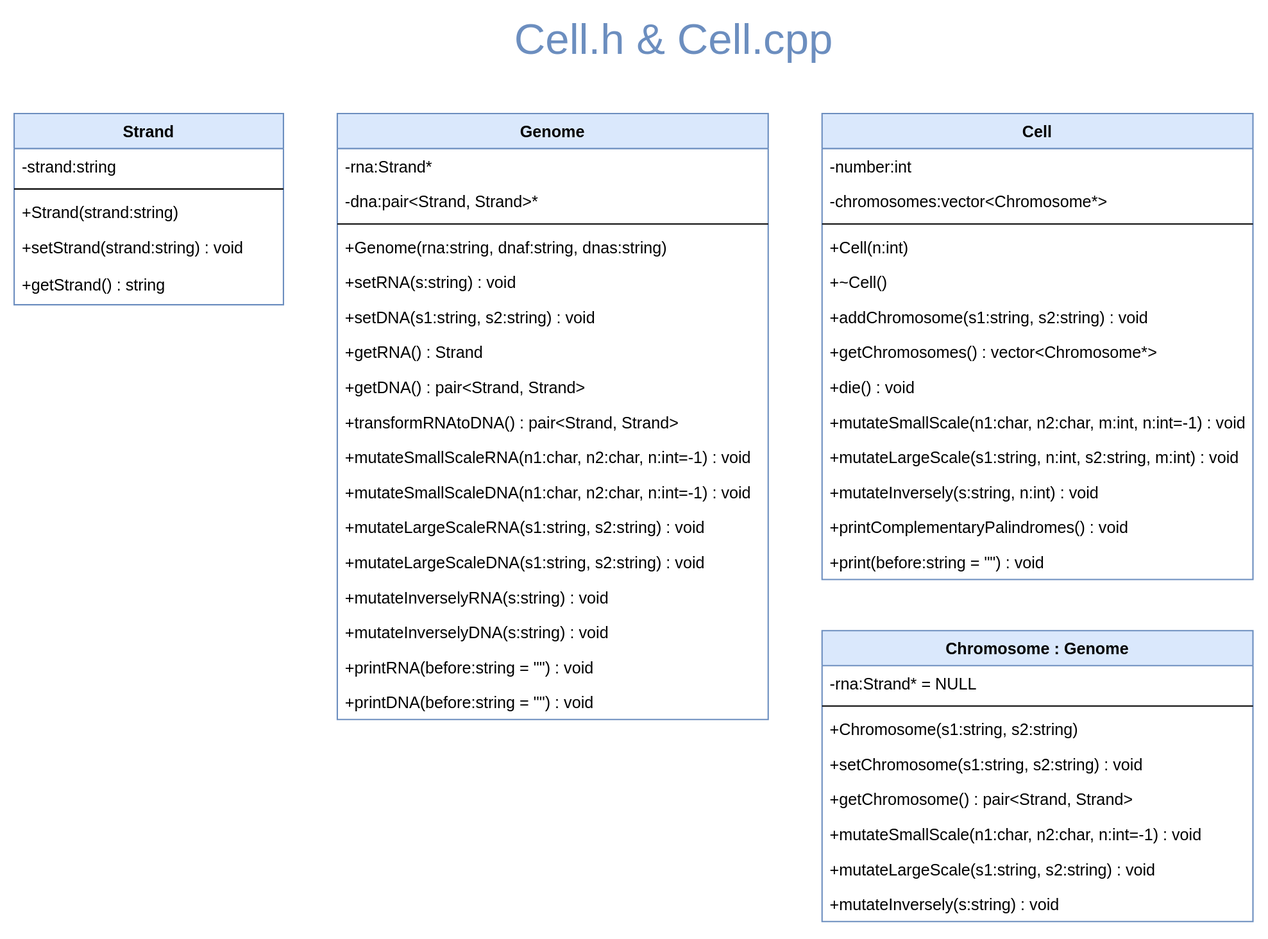
Earlier version of the draw.io export schema/classes/Cell.drawio.svg (k-forghani/class-of-life). Source tidied: cells renumbered, new cells last; positions are measured from the earlier drawing's top-left corner, leaving out a move shared by most shapes.
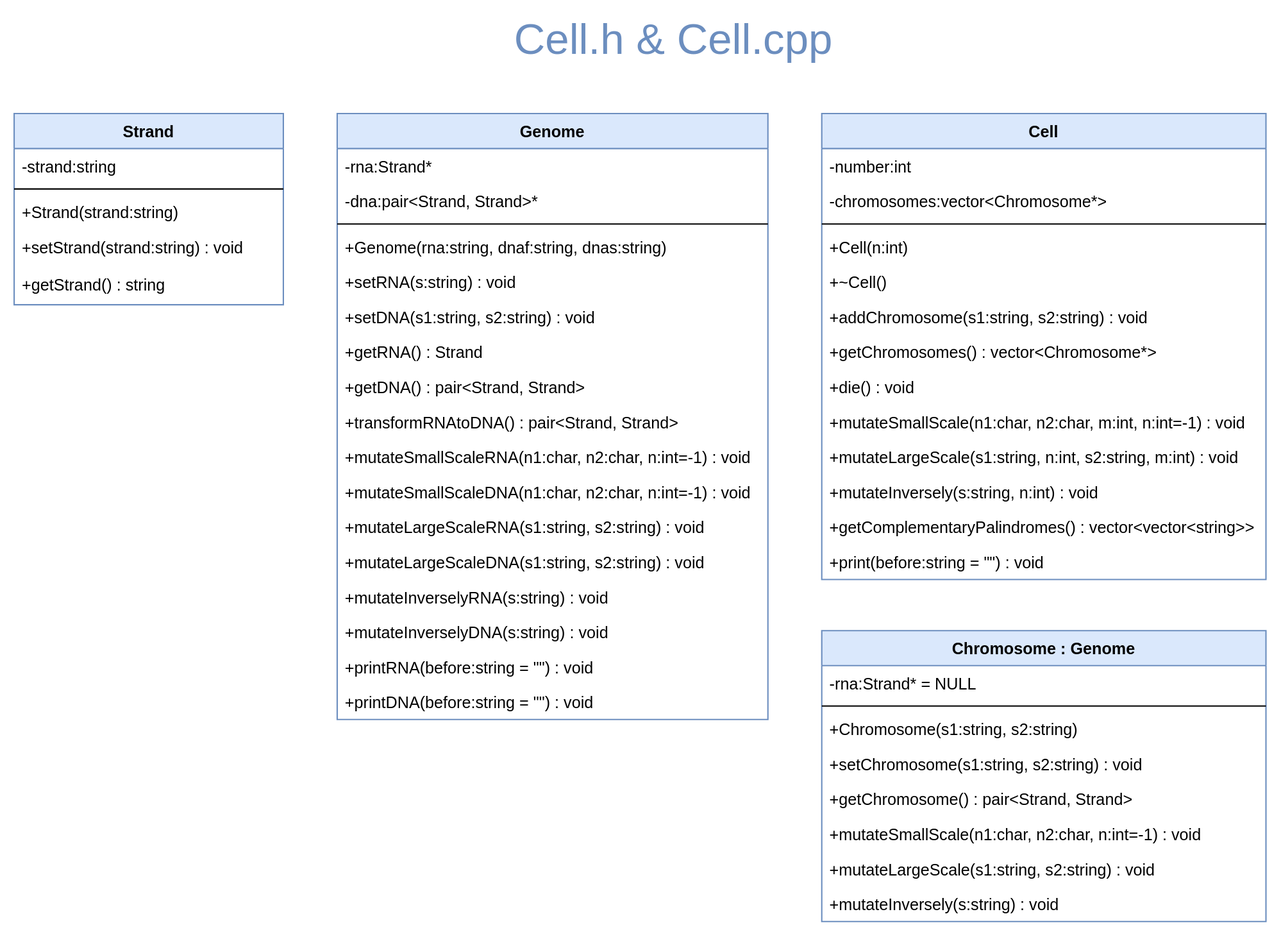
The same file after the commit.

Commit message:
Reformed printComplementaryPalindromes()

What changed in the source:
```diff
@@ -57,31 +57,31 @@
       <mxGeometry y="424" width="320" height="26" as="geometry" />
     </mxCell>
     <mxCell id="20" value="Chromosome : Genome" style="swimlane;fontStyle=1;align=center;verticalAlign=top;horizontal=1;startSize=26;rounded=0;shadow=0;strokeWidth=1;fillColor=#dae8fc;strokeColor=#6c8ebf;swimlaneFillColor=default;" parent="1" vertex="1">
-      <mxGeometry x="600" y="454" width="320" height="216" as="geometry" />
+      <mxGeometry x="600" y="454" width="330" height="216" as="geometry" />
     </mxCell>
     <mxCell id="21" value="-rna:Strand* = NULL" style="text;align=left;verticalAlign=top;spacingLeft=4;spacingRight=4;overflow=hidden;" parent="20" vertex="1">
-      <mxGeometry y="26" width="320" height="26" as="geometry" />
+      <mxGeometry y="26" width="330" height="26" as="geometry" />
     </mxCell>
     <mxCell id="22" style="line;html=1;strokeWidth=1;align=left;verticalAlign=middle;spacingTop=-1;spacingLeft=3;spacingRight=3;labelPosition=right;" parent="20" vertex="1">
-      <mxGeometry y="52" width="320" height="8" as="geometry" />
+      <mxGeometry y="52" width="330" height="8" as="geometry" />
     </mxCell>
     <mxCell id="23" value="+Chromosome(s1:string, s2:string)" style="text;align=left;verticalAlign=top;spacingLeft=4;spacingRight=4;overflow=hidden;" parent="20" vertex="1">
-      <mxGeometry y="60" width="320" height="26" as="geometry" />
+      <mxGeometry y="60" width="330" height="26" as="geometry" />
     </mxCell>
     <mxCell id="24" value="+setChromosome(s1:string, s2:string) : void" style="text;align=left;verticalAlign=top;spacingLeft=4;spacingRight=4;overflow=hidden;" parent="20" vertex="1">
-      <mxGeometry y="86" width="320" height="26" as="geometry" />
+      <mxGeometry y="86" width="330" height="26" as="geometry" />
     </mxCell>
     <mxCell id="25" value="+getChromosome() : pair&lt;Strand, Strand&gt;" style="text;align=left;verticalAlign=top;spacingLeft=4;spacingRight=4;overflow=hidden;" parent="20" vertex="1">
-      <mxGeometry y="112" width="320" height="26" as="geometry" />
+      <mxGeometry y="112" width="330" height="26" as="geometry" />
     </mxCell>
     <mxCell id="26" value="+mutateSmallScale(n1:char, n2:char, n:int=-1) : void" style="text;align=left;verticalAlign=top;spacingLeft=4;spacingRight=4;overflow=hidden;" parent="20" vertex="1">
-      <mxGeometry y="138" width="320" height="26" as="geometry" />
+      <mxGeometry y="138" width="330" height="26" as="geometry" />
     </mxCell>
     <mxCell id="27" value="+mutateLargeScale(s1:string, s2:string) : void" style="text;align=left;verticalAlign=top;spacingLeft=4;spacingRight=4;overflow=hidden;" parent="20" vertex="1">
-      <mxGeometry y="164" width="320" height="26" as="geometry" />
+      <mxGeometry y="164" width="330" height="26" as="geometry" />
     </mxCell>
     <mxCell id="28" value="+mutateInversely(s:string) : void" style="text;align=left;verticalAlign=top;spacingLeft=4;spacingRight=4;overflow=hidden;" parent="20" vertex="1">
-      <mxGeometry y="190" width="320" height="26" as="geometry" />
+      <mxGeometry y="190" width="330" height="26" as="geometry" />
     </mxCell>
     <mxCell id="29" value="Strand" style="swimlane;fontStyle=1;align=center;verticalAlign=top;horizontal=1;startSize=26;rounded=0;shadow=0;strokeWidth=1;fillColor=#dae8fc;strokeColor=#6c8ebf;swimlaneFillColor=default;" parent="1" vertex="1">
       <mxGeometry y="70" width="200" height="142" as="geometry" />
@@ -102,46 +102,46 @@
       <mxGeometry y="114" width="200" height="28" as="geometry" />
     </mxCell>
     <mxCell id="35" value="Cell" style="swimlane;fontStyle=1;align=center;verticalAlign=top;horizontal=1;startSize=26;rounded=0;shadow=0;strokeWidth=1;fillColor=#dae8fc;strokeColor=#6c8ebf;swimlaneFillColor=default;" parent="1" vertex="1">
-      <mxGeometry x="600" y="70" width="320" height="346" as="geometry" />
+      <mxGeometry x="600" y="70" width="330" height="346" as="geometry" />
     </mxCell>
     <mxCell id="36" value="-number:int" style="text;align=left;verticalAlign=top;spacingLeft=4;spacingRight=4;overflow=hidden;" parent="35" vertex="1">
-      <mxGeometry y="26" width="320" height="26" as="geometry" />
+      <mxGeometry y="26" width="330" height="26" as="geometry" />
     </mxCell>
     <mxCell id="37" value="-chromosomes:vector&lt;Chromosome*&gt;" style="text;align=left;verticalAlign=top;spacingLeft=4;spacingRight=4;overflow=hidden;" parent="35" vertex="1">
-      <mxGeometry y="52" width="320" height="26" as="geometry" />
+      <mxGeometry y="52" width="330" height="26" as="geometry" />
     </mxCell>
     <mxCell id="38" style="line;html=1;strokeWidth=1;align=left;verticalAlign=middle;spacingTop=-1;spacingLeft=3;spacingRight=3;labelPosition=right;" parent="35" vertex="1">
-      <mxGeometry y="78" width="320" height="8" as="geometry" />
+      <mxGeometry y="78" width="330" height="8" as="geometry" />
     </mxCell>
     <mxCell id="39" value="+Cell(n:int)" style="text;align=left;verticalAlign=top;spacingLeft=4;spacingRight=4;overflow=hidden;" parent="35" vertex="1">
-      <mxGeometry y="86" width="320" height="26" as="geometry" />
+      <mxGeometry y="86" width="330" height="26" as="geometry" />
     </mxCell>
     <mxCell id="40" value="+~Cell()" style="text;align=left;verticalAlign=top;spacingLeft=4;spacingRight=4;overflow=hidden;" parent="35" vertex="1">
-      <mxGeometry y="112" width="320" height="26" as="geometry" />
+      <mxGeometry y="112" width="330" height="26" as="geometry" />
     </mxCell>
     <mxCell id="41" value="+addChromosome(s1:string, s2:string) : void" style="text;align=left;verticalAlign=top;spacingLeft=4;spacingRight=4;overflow=hidden;" parent="35" vertex="1">
-      <mxGeometry y="138" width="320" height="26" as="geometry" />
+      <mxGeometry y="138" width="330" height="26" as="geometry" />
     </mxCell>
     <mxCell id="42" value="+getChromosomes() : vector&lt;Chromosome*&gt;" style="text;align=left;verticalAlign=top;spacingLeft=4;spacingRight=4;overflow=hidden;" parent="35" vertex="1">
-      <mxGeometry y="164" width="320" height="26" as="geometry" />
+      <mxGeometry y="164" width="330" height="26" as="geometry" />
     </mxCell>
     <mxCell id="43" value="+die() : void" style="text;align=left;verticalAlign=top;spacingLeft=4;spacingRight=4;overflow=hidden;" parent="35" vertex="1">
-      <mxGeometry y="190" width="320" height="26" as="geometry" />
+      <mxGeometry y="190" width="330" height="26" as="geometry" />
     </mxCell>
     <mxCell id="44" value="+mutateSmallScale(n1:char, n2:char, m:int, n:int=-1) : void" style="text;align=left;verticalAlign=top;spacingLeft=4;spacingRight=4;overflow=hidden;" parent="35" vertex="1">
-      <mxGeometry y="216" width="320" height="26" as="geometry" />
+      <mxGeometry y="216" width="330" height="26" as="geometry" />
     </mxCell>
     <mxCell id="45" value="+mutateLargeScale(s1:string, n:int, s2:string, m:int) : void" style="text;align=left;verticalAlign=top;spacingLeft=4;spacingRight=4;overflow=hidden;" parent="35" vertex="1">
-      <mxGeometry y="242" width="320" height="26" as="geometry" />
+      <mxGeometry y="242" width="330" height="26" as="geometry" />
     </mxCell>
     <mxCell id="46" value="+mutateInversely(s:string, n:int) : void" style="text;align=left;verticalAlign=top;spacingLeft=4;spacingRight=4;overflow=hidden;" parent="35" vertex="1">
-      <mxGeometry y="268" width="320" height="26" as="geometry" />
+      <mxGeometry y="268" width="330" height="26" as="geometry" />
     </mxCell>
-    <mxCell id="47" value="+printComplementaryPalindromes() : void" style="text;align=left;verticalAlign=top;spacingLeft=4;spacingRight=4;overflow=hidden;" parent="35" vertex="1">
-      <mxGeometry y="294" width="320" height="26" as="geometry" />
+    <mxCell id="47" value="+getComplementaryPalindromes() : vector&lt;vector&lt;string&gt;&gt;" style="text;align=left;verticalAlign=top;spacingLeft=4;spacingRight=4;overflow=hidden;" parent="35" vertex="1">
+      <mxGeometry y="294" width="330" height="26" as="geometry" />
     </mxCell>
     <mxCell id="48" value="+print(before:string = &quot;&quot;) : void" style="text;align=left;verticalAlign=top;spacingLeft=4;spacingRight=4;overflow=hidden;" parent="35" vertex="1">
-      <mxGeometry y="320" width="320" height="26" as="geometry" />
+      <mxGeometry y="320" width="330" height="26" as="geometry" />
     </mxCell>
     <mxCell id="49" value="&lt;span style=&quot;font-size: 32px;&quot;&gt;Cell.h&lt;/span&gt; &amp;amp; &lt;span style=&quot;font-size: 32px;&quot;&gt;Cell.cpp&lt;/span&gt;" style="text;html=1;strokeColor=none;fillColor=none;align=center;verticalAlign=middle;whiteSpace=wrap;rounded=0;fontSize=32;fontColor=#6C8EBF;" parent="1" vertex="1">
       <mxGeometry x="330" width="320" height="30" as="geometry" />
```
